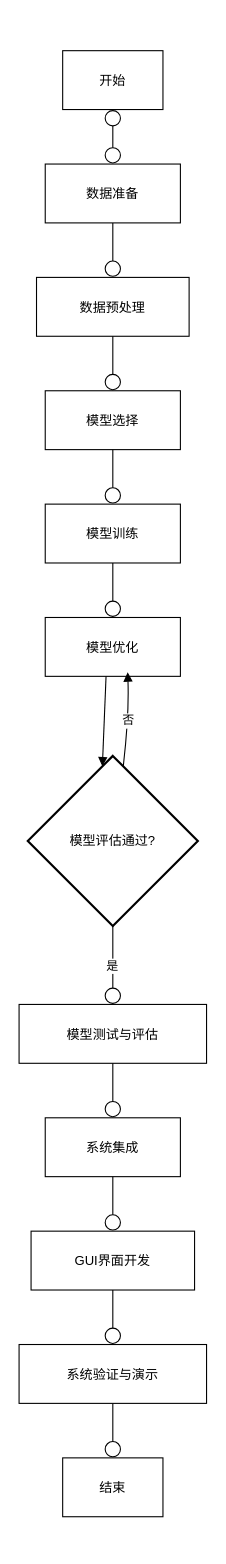
Before: page "第 1 页" (1 of 2) of 未命名绘图.drawio in he1771129657/-python, a draw.io diagram. Source tidied: cells renumbered, new cells numbered last; positions are measured from the earlier drawing's top-left corner, leaving out a move shared by most shapes. Both pictures are drawn from the tidied source at 109%, with x=0, y=0 at pixel (19, 50).
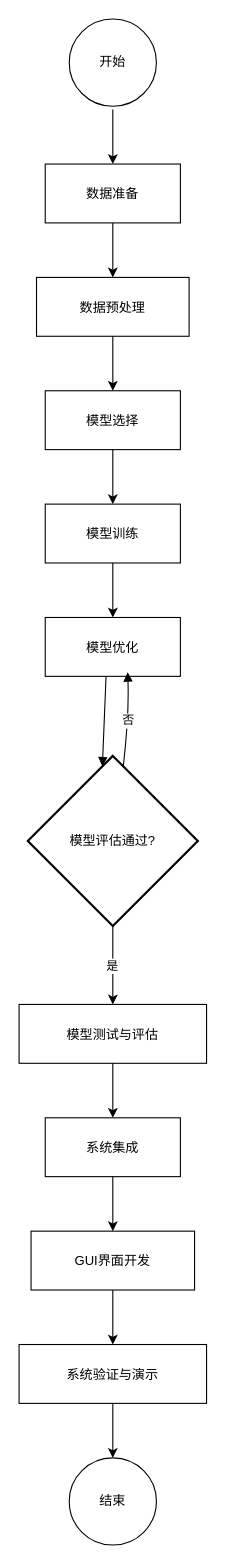
The same diagram, later.

Commit message (it also covers changes not shown here):
更新未命名绘图.drawio

The change refers to these unchanged cells:
```xml
<mxCell id="3" value="数据准备" style="fillColor=none;strokeColor=default;" parent="1" vertex="1">
  <mxGeometry x="24" y="104" width="124" height="54" as="geometry" />
</mxCell>
<mxCell id="4" value="数据预处理" style="fillColor=none;strokeColor=default;" parent="1" vertex="1">
  <mxGeometry x="16" y="208" width="140" height="54" as="geometry" />
</mxCell>
<mxCell id="5" value="模型选择" style="fillColor=none;strokeColor=default;" parent="1" vertex="1">
  <mxGeometry x="24" y="312" width="124" height="54" as="geometry" />
</mxCell>
<mxCell id="6" value="模型训练" style="fillColor=none;strokeColor=default;" parent="1" vertex="1">
  <mxGeometry x="24" y="416" width="124" height="54" as="geometry" />
</mxCell>
<mxCell id="7" value="模型优化" style="fillColor=none;strokeColor=default;" parent="1" vertex="1">
  <mxGeometry x="24" y="520" width="124" height="54" as="geometry" />
</mxCell>
<mxCell id="8" value="模型评估通过?" style="rhombus;strokeWidth=2;whiteSpace=wrap;strokeColor=default;" parent="1" vertex="1">
  <mxGeometry x="8" y="647" width="156" height="156" as="geometry" />
</mxCell>
<mxCell id="9" value="模型测试与评估" style="fillColor=none;strokeColor=default;" parent="1" vertex="1">
  <mxGeometry y="875" width="172" height="54" as="geometry" />
</mxCell>
<mxCell id="10" value="系统集成" style="fillColor=none;strokeColor=default;" parent="1" vertex="1">
  <mxGeometry x="24" y="979" width="124" height="54" as="geometry" />
</mxCell>
<mxCell id="11" value="GUI界面开发" style="fillColor=none;strokeColor=default;" parent="1" vertex="1">
  <mxGeometry x="11" y="1083" width="150" height="54" as="geometry" />
</mxCell>
<mxCell id="12" value="系统验证与演示" style="fillColor=none;strokeColor=default;" parent="1" vertex="1">
  <mxGeometry y="1187" width="172" height="54" as="geometry" />
</mxCell>
```

What changed in the source:
```diff
@@
-    <mxCell id="2" value="开始" style="fillColor=none;strokeColor=default;" parent="1" vertex="1">
-      <mxGeometry x="40" width="92" height="54" as="geometry" />
-    </mxCell>
@@
-    <mxCell id="13" value="结束" style="fillColor=none;strokeColor=default;" parent="1" vertex="1">
-      <mxGeometry x="40" y="1291" width="92" height="54" as="geometry" />
-    </mxCell>
-    <mxCell id="14" style="curved=1;startArrow=circle;startFill=0;endArrow=circle;endFill=0;exitX=0.5;exitY=1;entryX=0.5;entryY=0;rounded=0;strokeColor=default;" parent="1" edge="1" source="2" target="3">
-      <mxGeometry relative="1" as="geometry" />
+    <mxCell id="14" style="curved=1;startArrow=none;startFill=0;endArrow=classic;endFill=1;exitX=0.5;exitY=1;entryX=0.5;entryY=0;rounded=0;strokeColor=default;" parent="1" edge="1" target="3">
+      <mxGeometry relative="1" as="geometry">
+        <mxPoint x="86" y="54" as="sourcePoint" />
+      </mxGeometry>
     </mxCell>
-    <mxCell id="15" style="curved=1;startArrow=none;endArrow=circle;endFill=0;exitX=0.5;exitY=1;entryX=0.5;entryY=0;rounded=0;strokeColor=default;" parent="1" edge="1" source="3" target="4">
+    <mxCell id="15" style="curved=1;startArrow=none;endArrow=classic;endFill=1;exitX=0.5;exitY=1;entryX=0.5;entryY=0;rounded=0;strokeColor=default;" parent="1" edge="1" source="3" target="4">
       <mxGeometry relative="1" as="geometry" />
     </mxCell>
-    <mxCell id="16" style="curved=1;startArrow=none;endArrow=circle;endFill=0;exitX=0.5;exitY=1;entryX=0.5;entryY=0;rounded=0;strokeColor=default;" parent="1" edge="1" source="4" target="5">
+    <mxCell id="16" style="curved=1;startArrow=none;endArrow=classic;endFill=1;exitX=0.5;exitY=1;entryX=0.5;entryY=0;rounded=0;strokeColor=default;" parent="1" edge="1" source="4" target="5">
       <mxGeometry relative="1" as="geometry" />
     </mxCell>
-    <mxCell id="17" style="curved=1;startArrow=none;endArrow=circle;endFill=0;exitX=0.5;exitY=1;entryX=0.5;entryY=0;rounded=0;strokeColor=default;" parent="1" edge="1" source="5" target="6">
+    <mxCell id="17" style="curved=1;startArrow=none;endArrow=classic;endFill=1;exitX=0.5;exitY=1;entryX=0.5;entryY=0;rounded=0;strokeColor=default;" parent="1" edge="1" source="5" target="6">
       <mxGeometry relative="1" as="geometry" />
     </mxCell>
-    <mxCell id="18" style="curved=1;startArrow=none;endArrow=circle;endFill=0;exitX=0.5;exitY=1;entryX=0.5;entryY=0;rounded=0;strokeColor=default;" parent="1" edge="1" source="6" target="7">
+    <mxCell id="18" style="curved=1;startArrow=none;endArrow=classic;endFill=1;exitX=0.5;exitY=1;entryX=0.5;entryY=0;rounded=0;strokeColor=default;" parent="1" edge="1" source="6" target="7">
       <mxGeometry relative="1" as="geometry" />
     </mxCell>
@@
-    <mxCell id="21" value="是" style="curved=1;startArrow=none;endArrow=circle;endFill=0;exitX=0.5;exitY=1;entryX=0.5;entryY=0;rounded=0;strokeColor=default;" parent="1" edge="1" source="8" target="9">
+    <mxCell id="21" value="是" style="curved=1;startArrow=none;endArrow=classic;endFill=1;exitX=0.5;exitY=1;entryX=0.5;entryY=0;rounded=0;strokeColor=default;" parent="1" edge="1" source="8" target="9">
       <mxGeometry relative="1" as="geometry" />
     </mxCell>
-    <mxCell id="22" style="curved=1;startArrow=none;endArrow=circle;endFill=0;exitX=0.5;exitY=1;entryX=0.5;entryY=0;rounded=0;strokeColor=default;" parent="1" edge="1" source="9" target="10">
+    <mxCell id="22" style="curved=1;startArrow=none;endArrow=classic;endFill=1;exitX=0.5;exitY=1;entryX=0.5;entryY=0;rounded=0;strokeColor=default;" parent="1" edge="1" source="9" target="10">
       <mxGeometry relative="1" as="geometry" />
     </mxCell>
-    <mxCell id="23" style="curved=1;startArrow=none;endArrow=circle;endFill=0;exitX=0.5;exitY=1;entryX=0.5;entryY=0;rounded=0;strokeColor=default;" parent="1" edge="1" source="10" target="11">
+    <mxCell id="23" style="curved=1;startArrow=none;endArrow=classic;endFill=1;exitX=0.5;exitY=1;entryX=0.5;entryY=0;rounded=0;strokeColor=default;" parent="1" edge="1" source="10" target="11">
       <mxGeometry relative="1" as="geometry" />
     </mxCell>
-    <mxCell id="24" style="curved=1;startArrow=none;endArrow=circle;endFill=0;exitX=0.5;exitY=1;entryX=0.5;entryY=0;rounded=0;strokeColor=default;" parent="1" edge="1" source="11" target="12">
+    <mxCell id="24" style="curved=1;startArrow=none;endArrow=classic;endFill=1;exitX=0.5;exitY=1;entryX=0.5;entryY=0;rounded=0;strokeColor=default;" parent="1" edge="1" source="11" target="12">
       <mxGeometry relative="1" as="geometry" />
     </mxCell>
-    <mxCell id="25" style="curved=1;startArrow=none;endArrow=circle;endFill=0;exitX=0.5;exitY=1;entryX=0.5;entryY=0;rounded=0;strokeColor=default;" parent="1" edge="1" source="12" target="13">
-      <mxGeometry relative="1" as="geometry" />
+    <mxCell id="25" style="curved=1;startArrow=none;endArrow=classic;endFill=1;exitX=0.5;exitY=1;entryX=0.5;entryY=0;rounded=0;strokeColor=default;" parent="1" edge="1" source="12">
+      <mxGeometry relative="1" as="geometry">
+        <mxPoint x="86" y="1291" as="targetPoint" />
+      </mxGeometry>
     </mxCell>
+    <mxCell id="2" value="开始" style="ellipse;whiteSpace=wrap;html=1;" parent="1" vertex="1">
+      <mxGeometry x="46" y="-29" width="80" height="80" as="geometry" />
+    </mxCell>
+    <mxCell id="13" value="结束" style="ellipse;whiteSpace=wrap;html=1;" parent="1" vertex="1">
+      <mxGeometry x="46" y="1291" width="80" height="80" as="geometry" />
+    </mxCell>
```
